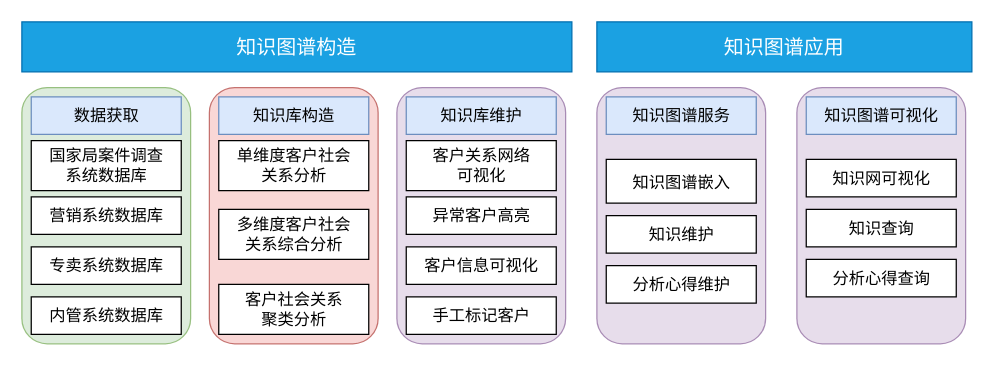
Earlier version of the draw.io diagram page "模块图" (5 of 5) of YCKG_architecture.drawio (1009351456/Anonymous). Source tidied: cells renumbered, new cells numbered last; positions are measured from the earlier drawing's top-left corner, leaving out a move shared by most shapes. Both pictures are drawn from the tidied source at 125%, with x=0, y=0 at pixel (21, 21).
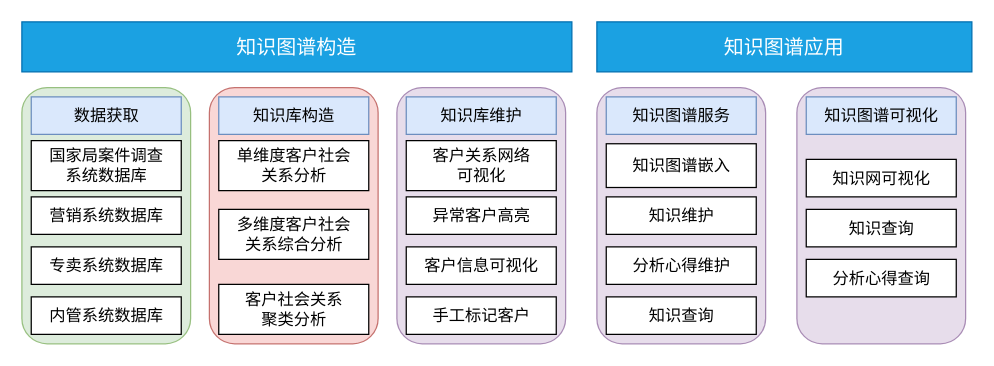
Above is the later version.

Diff of the diagram source:
```diff
@@
     <mxCell id="23" value="知识图谱嵌入" style="rounded=0;whiteSpace=wrap;html=1;fontSize=13;" parent="1" vertex="1">
-      <mxGeometry x="467.5" y="110" width="120" height="35" as="geometry" />
+      <mxGeometry x="467.5" y="97.5" width="120" height="35" as="geometry" />
     </mxCell>
     <mxCell id="24" value="知识维护" style="rounded=0;whiteSpace=wrap;html=1;fontSize=13;" parent="1" vertex="1">
-      <mxGeometry x="467.5" y="155" width="120" height="30" as="geometry" />
+      <mxGeometry x="467.5" y="140" width="120" height="30" as="geometry" />
     </mxCell>
     <mxCell id="25" value="分析心得维护" style="rounded=0;whiteSpace=wrap;html=1;fontSize=13;" parent="1" vertex="1">
-      <mxGeometry x="467.5" y="195" width="120" height="30" as="geometry" />
+      <mxGeometry x="467.5" y="180" width="120" height="30" as="geometry" />
     </mxCell>
@@
+    <mxCell id="31" value="知识查询" style="rounded=0;whiteSpace=wrap;html=1;fontSize=13;" parent="1" vertex="1">
+      <mxGeometry x="467.5" y="220" width="120" height="30" as="geometry" />
+    </mxCell>
```
